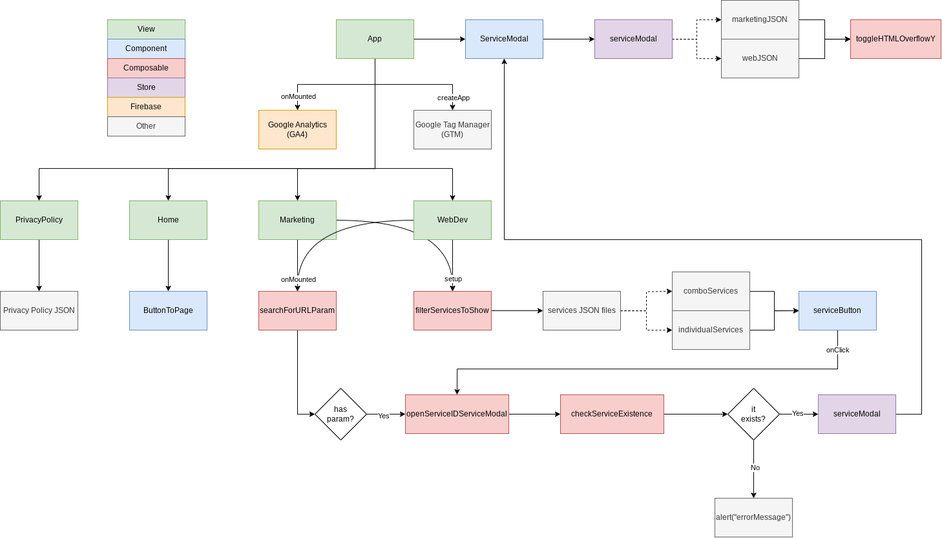
The draw.io diagram public/imagens/logic-fluxogram.png in andremourasantos/andremourasantos.github.io, before a commit. Source tidied: cells renumbered, new cells last; positions are measured from the earlier drawing's top-left corner, leaving out a move shared by most shapes.
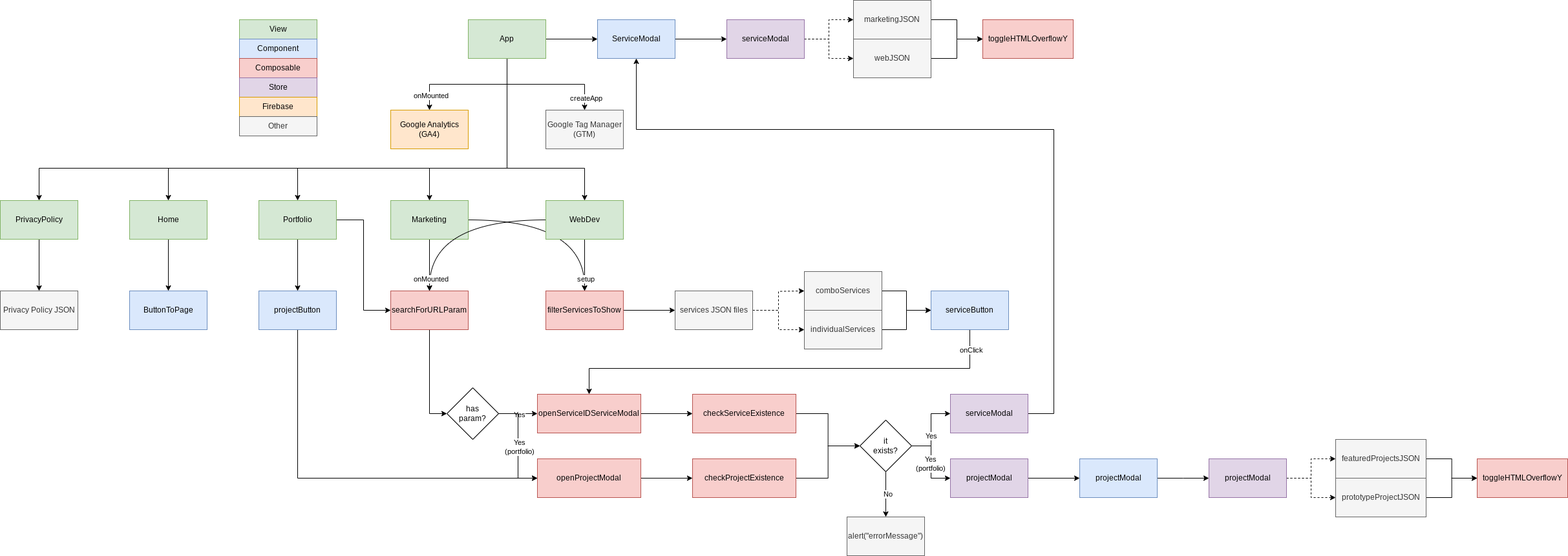
The same diagram one commit later.

Commit message:
add-portfolio-page 1.4.1 - Adicionadas novas imagens para árvore de componentes e fluxograma de lógica da aplicação.

Diff of the diagram source:
```diff
@@ -35,11 +35,19 @@
         </Array>
       </mxGeometry>
     </mxCell>
+    <mxCell id="73" style="edgeStyle=orthogonalEdgeStyle;rounded=0;jettySize=auto;html=1;" parent="1" edge="1" source="11" target="86">
+      <mxGeometry relative="1" as="geometry">
+        <Array as="points">
+          <mxPoint x="580" y="260" />
+          <mxPoint x="256" y="260" />
+        </Array>
+      </mxGeometry>
+    </mxCell>
     <mxCell id="9" style="edgeStyle=orthogonalEdgeStyle;rounded=0;jettySize=auto;html=1;entryX=0.5;entryY=0;entryDx=0;entryDy=0;" parent="1" edge="1" source="11" target="68">
       <mxGeometry relative="1" as="geometry">
         <Array as="points">
           <mxPoint x="580" y="260" />
-          <mxPoint x="260" y="260" />
+          <mxPoint x="56" y="260" />
         </Array>
       </mxGeometry>
     </mxCell>
@@ -47,7 +55,7 @@
       <mxGeometry relative="1" as="geometry">
         <Array as="points">
           <mxPoint x="580" y="260" />
-          <mxPoint x="60" y="260" />
+          <mxPoint x="-144" y="260" />
         </Array>
       </mxGeometry>
     </mxCell>
@@ -122,8 +130,14 @@
       <mxGeometry relative="1" as="geometry" />
     </mxCell>
     <mxCell id="33" value="Yes" style="edgeLabel;html=1;align=center;verticalAlign=middle;" parent="32" vertex="1">
-      <mxGeometry x="-0.2" y="-2" relative="1" as="geometry" />
+      <mxGeometry x="-0.01" relative="1" as="geometry" />
     </mxCell>
+    <mxCell id="74" style="edgeStyle=orthogonalEdgeStyle;rounded=0;jettySize=auto;html=1;entryX=0;entryY=0.5;entryDx=0;entryDy=0;" parent="1" edge="1" source="34" target="79">
+      <mxGeometry relative="1" as="geometry" />
+    </mxCell>
+    <mxCell id="75" value="Yes&lt;br&gt;(portfolio)" style="edgeLabel;html=1;align=center;verticalAlign=middle;" parent="74" vertex="1">
+      <mxGeometry relative="1" as="geometry" />
+    </mxCell>
     <mxCell id="34" value="has&lt;br&gt;param?" style="rhombus;whiteSpace=wrap;html=1;rounded=0;" parent="1" vertex="1">
       <mxGeometry x="487" y="600" width="80" height="80" as="geometry" />
     </mxCell>
@@ -196,15 +210,21 @@
     <mxCell id="54" value="No" style="edgeLabel;html=1;align=center;verticalAlign=middle;" parent="53" vertex="1">
       <mxGeometry x="-0.05" y="1" relative="1" as="geometry" />
     </mxCell>
+    <mxCell id="76" style="edgeStyle=orthogonalEdgeStyle;rounded=0;jettySize=auto;html=1;entryX=0;entryY=0.5;entryDx=0;entryDy=0;" parent="1" edge="1" source="55" target="83">
+      <mxGeometry relative="1" as="geometry" />
+    </mxCell>
+    <mxCell id="77" value="Yes&lt;br&gt;(portfolio)" style="edgeLabel;html=1;align=center;verticalAlign=middle;" parent="76" vertex="1">
+      <mxGeometry y="-3" relative="1" as="geometry" />
+    </mxCell>
     <mxCell id="55" value="it&lt;br&gt;exists?" style="rhombus;whiteSpace=wrap;html=1;rounded=0;" parent="1" vertex="1">
-      <mxGeometry x="1126" y="600" width="80" height="80" as="geometry" />
+      <mxGeometry x="1126" y="650" width="80" height="80" as="geometry" />
     </mxCell>
     <mxCell id="56" style="edgeStyle=orthogonalEdgeStyle;rounded=0;jettySize=auto;html=1;entryX=0.5;entryY=1;entryDx=0;entryDy=0;" parent="1" edge="1" source="57" target="45">
       <mxGeometry relative="1" as="geometry">
         <Array as="points">
           <mxPoint x="1426" y="640" />
-          <mxPoint x="1426" y="370" />
-          <mxPoint x="780" y="370" />
+          <mxPoint x="1426" y="200" />
+          <mxPoint x="780" y="200" />
         </Array>
       </mxGeometry>
     </mxCell>
@@ -212,7 +232,7 @@
       <mxGeometry x="1266" y="610" width="120" height="60" as="geometry" />
     </mxCell>
     <mxCell id="58" value="alert(&quot;errorMessage&quot;)" style="whiteSpace=wrap;html=1;fillColor=#f5f5f5;strokeColor=#666666;rounded=0;fontColor=#333333;" parent="1" vertex="1">
-      <mxGeometry x="1106" y="770" width="120" height="60" as="geometry" />
+      <mxGeometry x="1106" y="800" width="120" height="60" as="geometry" />
     </mxCell>
     <mxCell id="59" style="edgeStyle=orthogonalEdgeStyle;rounded=0;jettySize=auto;html=1;dashed=1;" parent="1" edge="1" source="61" target="63">
       <mxGeometry relative="1" as="geometry" />
@@ -242,19 +262,88 @@
       <mxGeometry relative="1" as="geometry" />
     </mxCell>
     <mxCell id="68" value="Home" style="rounded=0;whiteSpace=wrap;html=1;fillColor=#d5e8d4;strokeColor=#82b366;" parent="1" vertex="1">
-      <mxGeometry x="200" y="310" width="120" height="60" as="geometry" />
+      <mxGeometry x="-4" y="310" width="120" height="60" as="geometry" />
     </mxCell>
     <mxCell id="69" value="ButtonToPage" style="rounded=0;whiteSpace=wrap;html=1;fillColor=#dae8fc;strokeColor=#6c8ebf;" parent="1" vertex="1">
-      <mxGeometry x="200" y="450" width="120" height="60" as="geometry" />
+      <mxGeometry x="-4" y="450" width="120" height="60" as="geometry" />
     </mxCell>
     <mxCell id="70" style="edgeStyle=orthogonalEdgeStyle;rounded=0;jettySize=auto;html=1;" parent="1" edge="1" source="71" target="72">
       <mxGeometry relative="1" as="geometry" />
     </mxCell>
     <mxCell id="71" value="PrivacyPolicy" style="rounded=0;whiteSpace=wrap;html=1;fillColor=#d5e8d4;strokeColor=#82b366;" parent="1" vertex="1">
-      <mxGeometry y="310" width="120" height="60" as="geometry" />
+      <mxGeometry x="-204" y="310" width="120" height="60" as="geometry" />
     </mxCell>
     <mxCell id="72" value="Privacy Policy JSON" style="rounded=0;whiteSpace=wrap;html=1;fillColor=#f5f5f5;strokeColor=#666666;fontColor=#333333;" parent="1" vertex="1">
-      <mxGeometry y="450" width="120" height="60" as="geometry" />
+      <mxGeometry x="-204" y="450" width="120" height="60" as="geometry" />
     </mxCell>
+    <mxCell id="78" style="edgeStyle=orthogonalEdgeStyle;rounded=0;jettySize=auto;html=1;" parent="1" edge="1" source="79" target="81">
+      <mxGeometry relative="1" as="geometry" />
+    </mxCell>
+    <mxCell id="79" value="openProjectModal" style="whiteSpace=wrap;html=1;rounded=0;fillColor=#f8cecc;strokeColor=#b85450;" parent="1" vertex="1">
+      <mxGeometry x="627" y="710" width="160" height="60" as="geometry" />
+    </mxCell>
+    <mxCell id="80" style="edgeStyle=orthogonalEdgeStyle;rounded=0;jettySize=auto;html=1;entryX=0;entryY=0.5;entryDx=0;entryDy=0;" parent="1" edge="1" source="81" target="55">
+      <mxGeometry relative="1" as="geometry" />
+    </mxCell>
+    <mxCell id="81" value="checkProjectExistence" style="whiteSpace=wrap;html=1;rounded=0;fillColor=#f8cecc;strokeColor=#b85450;" parent="1" vertex="1">
+      <mxGeometry x="867" y="710" width="160" height="60" as="geometry" />
+    </mxCell>
+    <mxCell id="82" style="edgeStyle=orthogonalEdgeStyle;rounded=0;jettySize=auto;html=1;" parent="1" edge="1" source="83" target="90">
+      <mxGeometry relative="1" as="geometry" />
+    </mxCell>
+    <mxCell id="83" value="projectModal" style="whiteSpace=wrap;html=1;fillColor=#e1d5e7;strokeColor=#9673a6;rounded=0;" parent="1" vertex="1">
+      <mxGeometry x="1266" y="710" width="120" height="60" as="geometry" />
+    </mxCell>
+    <mxCell id="84" style="edgeStyle=orthogonalEdgeStyle;rounded=0;jettySize=auto;html=1;" parent="1" edge="1" source="86" target="88">
+      <mxGeometry relative="1" as="geometry" />
+    </mxCell>
+    <mxCell id="85" style="edgeStyle=orthogonalEdgeStyle;rounded=0;jettySize=auto;html=1;entryX=0;entryY=0.5;entryDx=0;entryDy=0;" parent="1" edge="1" source="86" target="31">
+      <mxGeometry relative="1" as="geometry" />
+    </mxCell>
+    <mxCell id="86" value="Portfolio" style="whiteSpace=wrap;html=1;fillColor=#d5e8d4;strokeColor=#82b366;" parent="1" vertex="1">
+      <mxGeometry x="196" y="310" width="120" height="60" as="geometry" />
+    </mxCell>
+    <mxCell id="87" style="edgeStyle=orthogonalEdgeStyle;rounded=0;jettySize=auto;html=1;entryX=0;entryY=0.5;entryDx=0;entryDy=0;" parent="1" edge="1" source="88" target="79">
+      <mxGeometry relative="1" as="geometry">
+        <Array as="points">
+          <mxPoint x="256" y="740" />
+        </Array>
+      </mxGeometry>
+    </mxCell>
+    <mxCell id="88" value="projectButton" style="whiteSpace=wrap;html=1;fillColor=#dae8fc;strokeColor=#6c8ebf;" parent="1" vertex="1">
+      <mxGeometry x="196" y="450" width="120" height="60" as="geometry" />
+    </mxCell>
+    <mxCell id="89" style="edgeStyle=orthogonalEdgeStyle;rounded=0;jettySize=auto;html=1;" parent="1" edge="1" source="90">
+      <mxGeometry relative="1" as="geometry">
+        <mxPoint x="1666" y="740" as="targetPoint" />
+      </mxGeometry>
+    </mxCell>
+    <mxCell id="90" value="projectModal" style="whiteSpace=wrap;html=1;fillColor=#dae8fc;strokeColor=#6c8ebf;rounded=0;" parent="1" vertex="1">
+      <mxGeometry x="1466" y="710" width="120" height="60" as="geometry" />
+    </mxCell>
+    <mxCell id="91" style="edgeStyle=orthogonalEdgeStyle;rounded=0;jettySize=auto;html=1;dashed=1;" parent="1" edge="1" source="93" target="95">
+      <mxGeometry relative="1" as="geometry" />
+    </mxCell>
+    <mxCell id="92" style="edgeStyle=orthogonalEdgeStyle;rounded=0;jettySize=auto;html=1;entryX=0;entryY=0.5;entryDx=0;entryDy=0;dashed=1;" parent="1" edge="1" source="93" target="97">
+      <mxGeometry relative="1" as="geometry" />
+    </mxCell>
+    <mxCell id="93" value="projectModal" style="rounded=0;whiteSpace=wrap;html=1;fillColor=#e1d5e7;strokeColor=#9673a6;" parent="1" vertex="1">
+      <mxGeometry x="1666" y="710" width="120" height="60" as="geometry" />
+    </mxCell>
+    <mxCell id="94" style="edgeStyle=orthogonalEdgeStyle;rounded=0;jettySize=auto;html=1;" parent="1" edge="1" source="95" target="98">
+      <mxGeometry relative="1" as="geometry" />
+    </mxCell>
+    <mxCell id="95" value="featuredProjectsJSON" style="rounded=0;whiteSpace=wrap;html=1;fillColor=#f5f5f5;strokeColor=#666666;fontColor=#333333;" parent="1" vertex="1">
+      <mxGeometry x="1862" y="680" width="140" height="60" as="geometry" />
+    </mxCell>
+    <mxCell id="96" style="edgeStyle=orthogonalEdgeStyle;rounded=0;jettySize=auto;html=1;entryX=0;entryY=0.5;entryDx=0;entryDy=0;" parent="1" edge="1" source="97" target="98">
+      <mxGeometry relative="1" as="geometry" />
+    </mxCell>
+    <mxCell id="97" value="prototypeProjectJSON" style="rounded=0;whiteSpace=wrap;html=1;fillColor=#f5f5f5;strokeColor=#666666;fontColor=#333333;" parent="1" vertex="1">
+      <mxGeometry x="1862" y="740" width="140" height="60" as="geometry" />
+    </mxCell>
+    <mxCell id="98" value="toggleHTMLOverflowY" style="rounded=0;whiteSpace=wrap;html=1;fillColor=#f8cecc;strokeColor=#b85450;" parent="1" vertex="1">
+      <mxGeometry x="2081" y="710" width="140" height="60" as="geometry" />
+    </mxCell>
   </root>
 </mxGraphModel>
```
